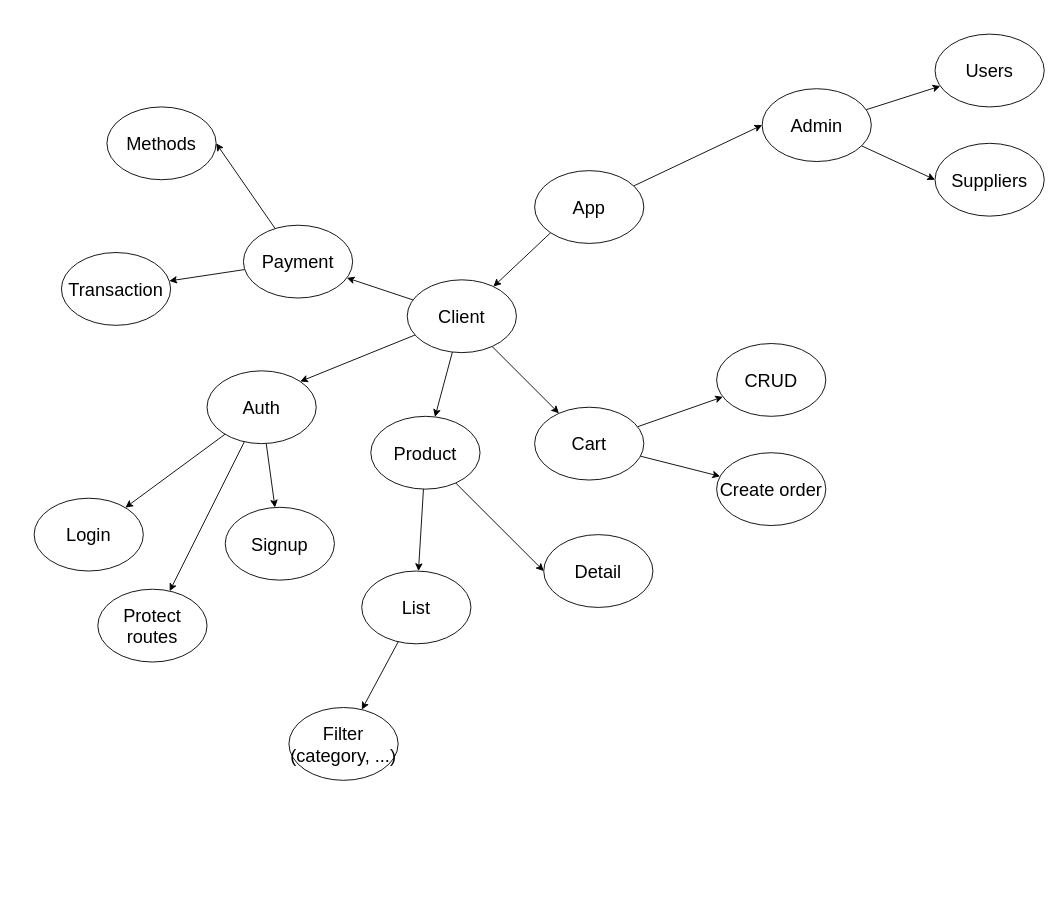
ldanh270/smart-pc-store keeps this draw.io diagram as plan/TasksList.drawio. Above is the earlier version. Source tidied: cells renumbered, new cells numbered last; positions are measured from the earlier drawing's top-left corner, leaving out a move shared by most shapes. Both pictures are drawn from the tidied source at 91%, with x=0, y=0 at pixel (34, 34).
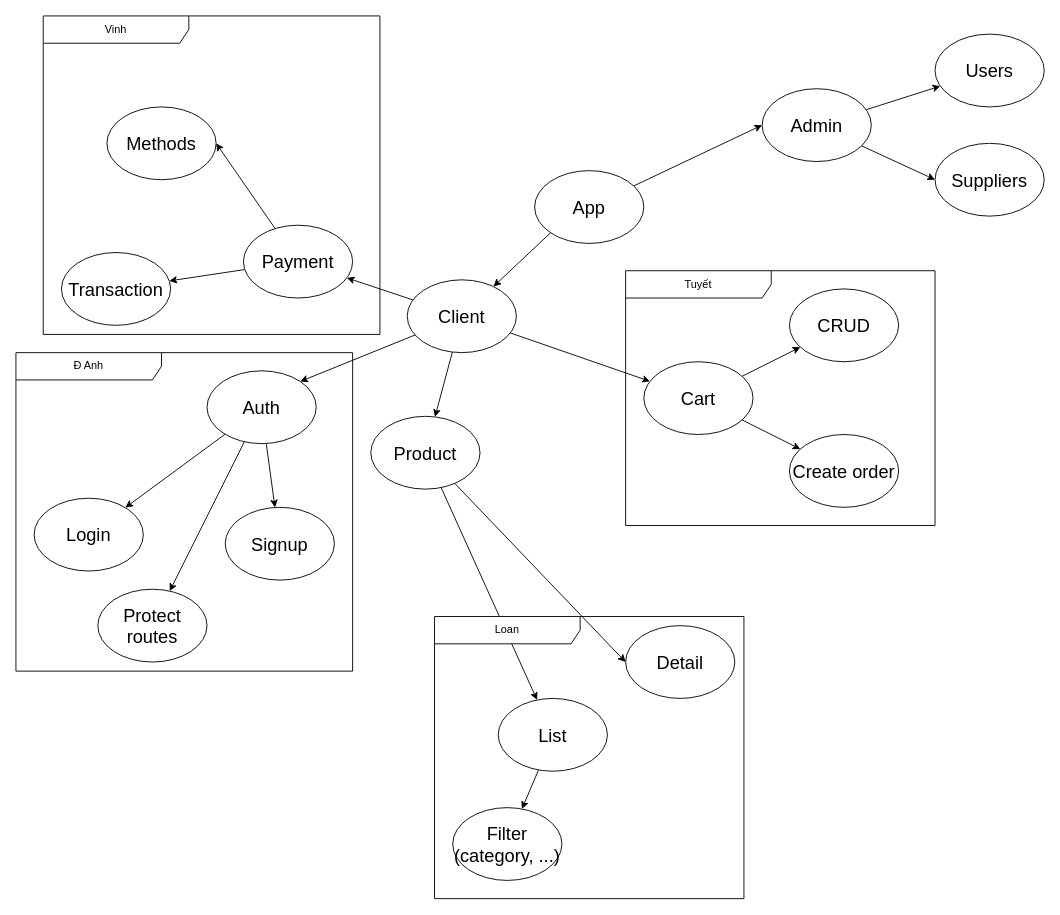
The same page after the edit.

The edit, as a diff of the source:
```diff
@@
     <mxCell id="22" value="&lt;font style=&quot;font-size: 20px;&quot;&gt;Cart&lt;/font&gt;" style="ellipse;whiteSpace=wrap;html=1;" parent="1" vertex="1">
-      <mxGeometry x="550" y="410" width="120" height="80" as="geometry" />
+      <mxGeometry x="670" y="360" width="120" height="80" as="geometry" />
     </mxCell>
@@
     <mxCell id="30" value="&lt;font style=&quot;font-size: 20px;&quot;&gt;List&lt;/font&gt;" style="ellipse;whiteSpace=wrap;html=1;" parent="1" vertex="1">
-      <mxGeometry x="360" y="590" width="120" height="80" as="geometry" />
+      <mxGeometry x="510" y="730" width="120" height="80" as="geometry" />
     </mxCell>
     <mxCell id="31" value="&lt;font style=&quot;font-size: 20px;&quot;&gt;Detail&lt;/font&gt;" style="ellipse;whiteSpace=wrap;html=1;" parent="1" vertex="1">
-      <mxGeometry x="560" y="550" width="120" height="80" as="geometry" />
+      <mxGeometry x="650" y="650" width="120" height="80" as="geometry" />
     </mxCell>
     <mxCell id="32" value="&lt;span style=&quot;font-size: 20px;&quot;&gt;Filter (category, ...)&lt;/span&gt;" style="ellipse;whiteSpace=wrap;html=1;" parent="1" vertex="1">
-      <mxGeometry x="280" y="740" width="120" height="80" as="geometry" />
+      <mxGeometry x="460" y="850" width="120" height="80" as="geometry" />
     </mxCell>
-    <mxCell id="33" value="&lt;font style=&quot;font-size: 20px;&quot;&gt;CRUD&lt;/font&gt;" style="ellipse;whiteSpace=wrap;html=1;" parent="1" vertex="1">
-      <mxGeometry x="750" y="340" width="120" height="80" as="geometry" />
-    </mxCell>
-    <mxCell id="34" value="&lt;font style=&quot;font-size: 20px;&quot;&gt;Create order&lt;/font&gt;" style="ellipse;whiteSpace=wrap;html=1;" parent="1" vertex="1">
-      <mxGeometry x="750" y="460" width="120" height="80" as="geometry" />
-    </mxCell>
@@
+    <mxCell id="39" value="Đ Anh" style="shape=umlFrame;whiteSpace=wrap;html=1;width=160;" parent="1" vertex="1">
+      <mxGeometry x="-20" y="350" width="370" height="350" as="geometry" />
+    </mxCell>
+    <mxCell id="40" value="Vinh" style="shape=umlFrame;whiteSpace=wrap;html=1;width=160;" parent="1" vertex="1">
+      <mxGeometry x="10" y="-20" width="370" height="350" as="geometry" />
+    </mxCell>
+    <mxCell id="41" value="Tuyết" style="shape=umlFrame;whiteSpace=wrap;html=1;width=160;" parent="1" vertex="1">
+      <mxGeometry x="650" y="260" width="340" height="280" as="geometry" />
+    </mxCell>
+    <mxCell id="33" value="&lt;font style=&quot;font-size: 20px;&quot;&gt;CRUD&lt;/font&gt;" style="ellipse;whiteSpace=wrap;html=1;" parent="1" vertex="1">
+      <mxGeometry x="830" y="280" width="120" height="80" as="geometry" />
+    </mxCell>
+    <mxCell id="34" value="&lt;font style=&quot;font-size: 20px;&quot;&gt;Create order&lt;/font&gt;" style="ellipse;whiteSpace=wrap;html=1;" parent="1" vertex="1">
+      <mxGeometry x="830" y="440" width="120" height="80" as="geometry" />
+    </mxCell>
+    <mxCell id="42" value="Loan" style="shape=umlFrame;whiteSpace=wrap;html=1;width=160;" parent="1" vertex="1">
+      <mxGeometry x="440" y="640" width="340" height="310" as="geometry" />
+    </mxCell>
```
